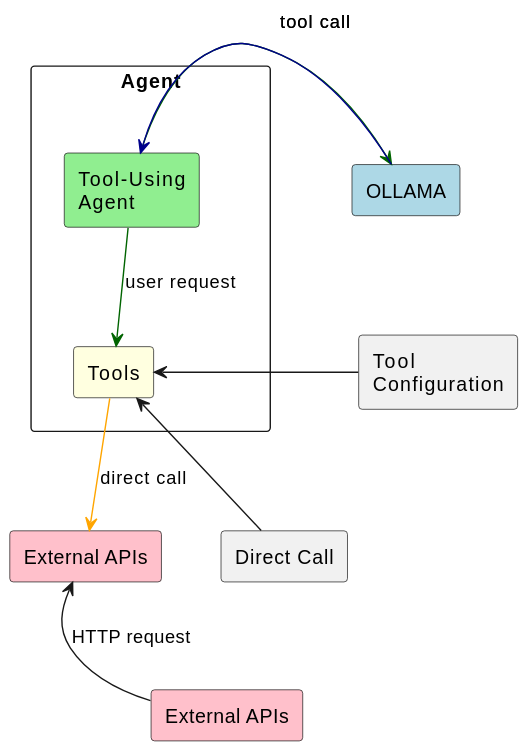
This is images/function.svg from gandalf-the-white/saito, a PlantUML export, as it was before one commit.
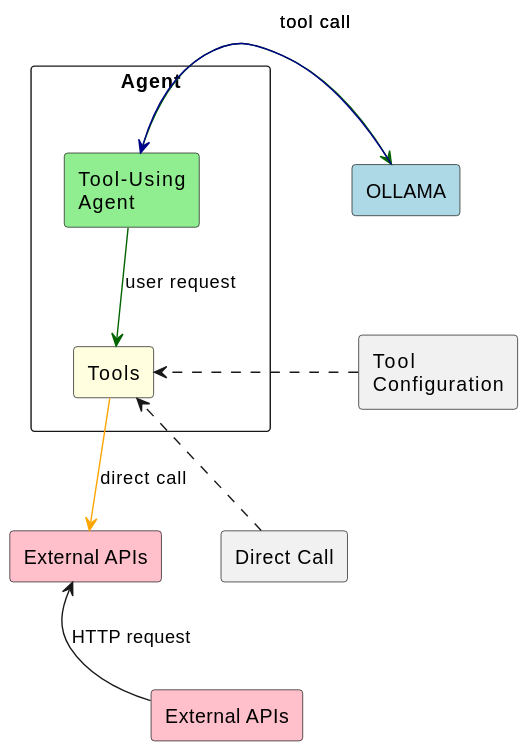
Later version of the same file.

Diff of the diagram source:
```diff
@@ -24,8 +24,8 @@
 
 ToolAgent -right[#DarkGreen]-> OLLAMA : tool call
 OLLAMA -left[#DarkBlue]-> ToolAgent : tool call
-ToolConf -right-> Tools
-DirectCall -right-> Tools
+ToolConf ..right-> Tools
+DirectCall ..right-> Tools
 
 Tools -down[#Orange]-> ExtLeft : direct call
 ExtRight -left-> ExtLeft : HTTP request
```
